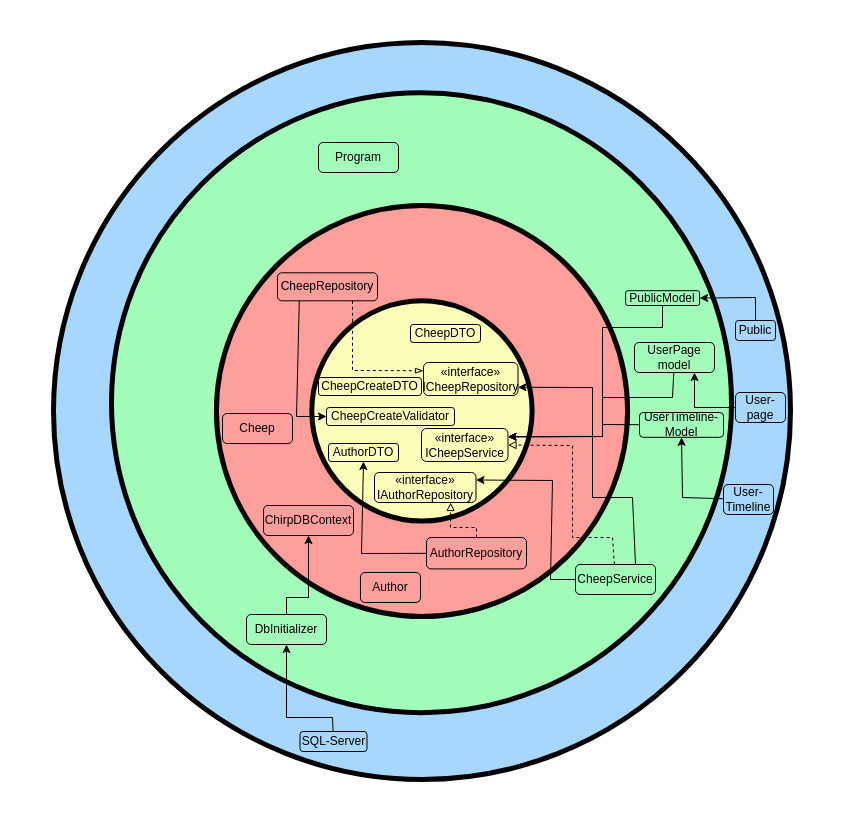
This is Docs/Images/OnionClassDiagram.drawio from ITU-BDSA23-GROUP4/Chirp, a draw.io file, before an edit. Source tidied: cells renumbered, new cells numbered last; positions are measured from the earlier drawing's top-left corner, leaving out a move shared by most shapes. Both pictures are drawn from the tidied source at 100%, with x=0, y=0 at pixel (53, 42).
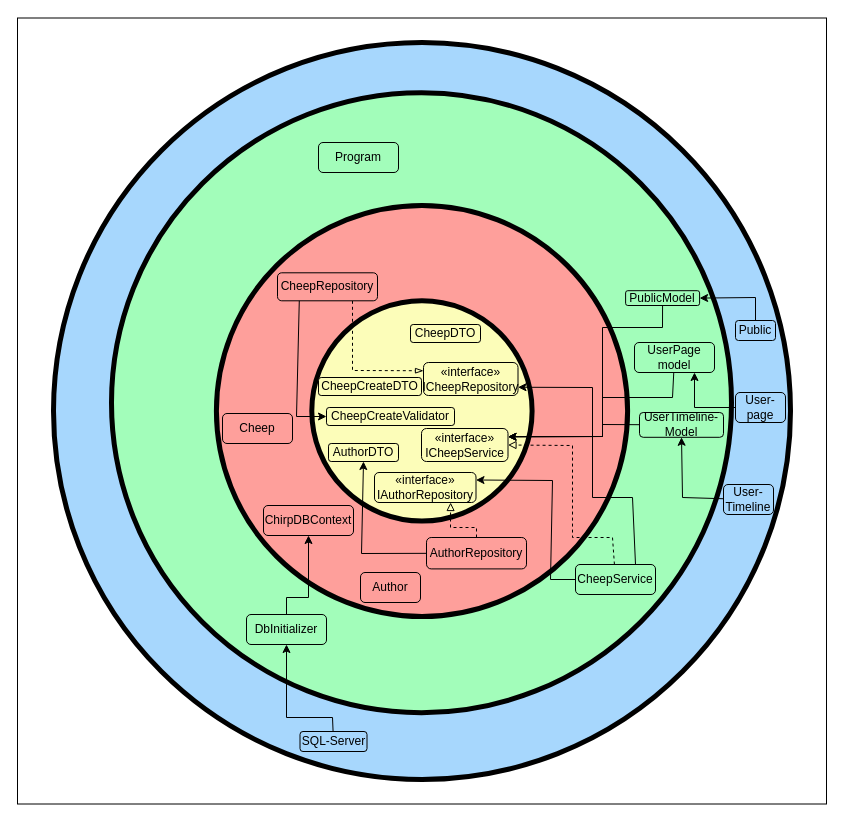
The same page after the edit.

Diff of the diagram source:
```diff
@@
+    <mxCell id="44" style="rounded=0;whiteSpace=wrap;html=1;fillColor=none;" parent="1" vertex="1">
+      <mxGeometry x="-36" y="-24.5" width="809" height="786" as="geometry" />
+    </mxCell>
```
